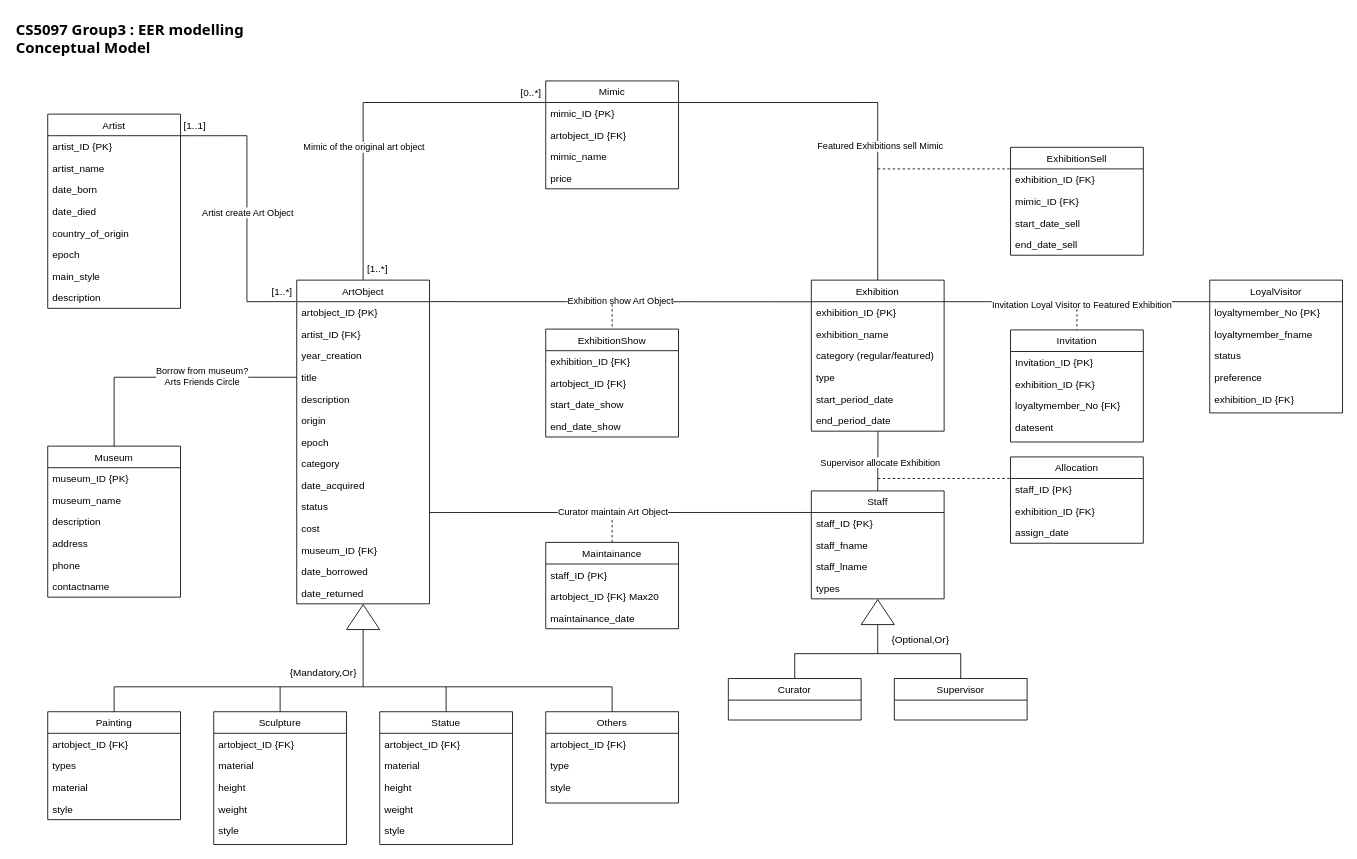
Above: Group3_EER_Conceptual-model.drawio in chanokchut/CS5097 (draw.io), before the change. Source tidied: cells renumbered, new cells numbered last; positions are measured from the earlier drawing's top-left corner, leaving out a move shared by most shapes. Both pictures are drawn from the tidied source at 83%, with x=0, y=0 at pixel (14, 14).
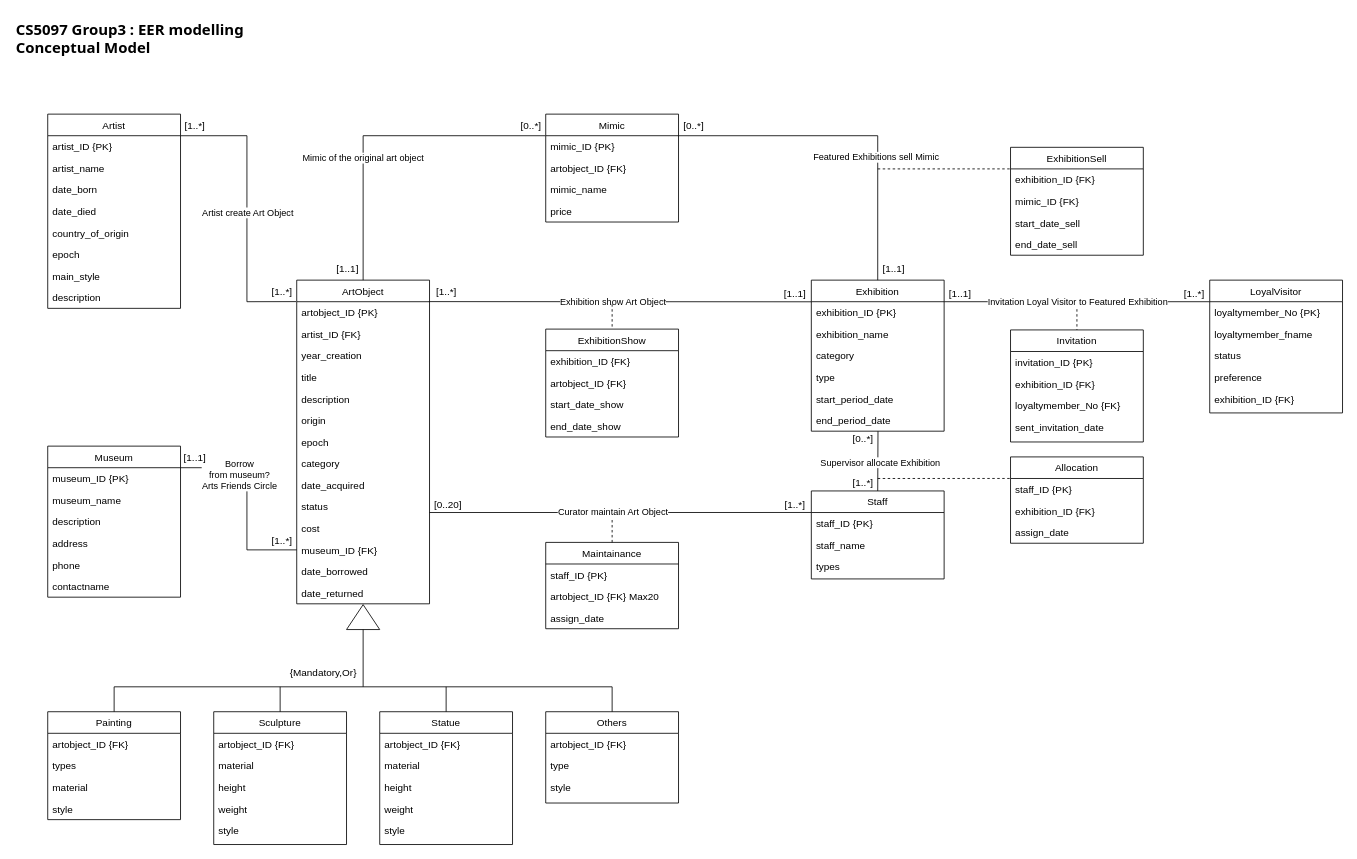
The same page after the edit.

The change refers to these unchanged cells:
```xml
<mxCell id="2" value="Museum" style="swimlane;fontStyle=0;align=center;verticalAlign=top;horizontal=1;startSize=26;rounded=0;shadow=0;strokeWidth=1;" parent="1" vertex="1">
  <mxGeometry x="40" y="520" width="160" height="182" as="geometry" />
</mxCell>
<mxCell id="3" value="museum_ID {PK}" style="text;align=left;verticalAlign=top;spacingLeft=4;spacingRight=4;overflow=hidden;points=[[0,0.5],[1,0.5]];portConstraint=eastwest;" parent="2" vertex="1">
  <mxGeometry y="26" width="160" height="26" as="geometry" />
</mxCell>
<mxCell id="9" value="ArtObject" style="swimlane;fontStyle=0;align=center;verticalAlign=top;horizontal=1;startSize=26;rounded=0;shadow=0;strokeWidth=1;" parent="1" vertex="1">
  <mxGeometry x="340" y="320" width="160" height="390" as="geometry" />
</mxCell>
<mxCell id="13" value="title" style="text;align=left;verticalAlign=top;spacingLeft=4;spacingRight=4;overflow=hidden;points=[[0,0.5],[1,0.5]];portConstraint=eastwest;" parent="9" vertex="1">
  <mxGeometry y="104" width="160" height="26" as="geometry" />
</mxCell>
<mxCell id="21" value="museum_ID {FK}" style="text;align=left;verticalAlign=top;spacingLeft=4;spacingRight=4;overflow=hidden;points=[[0,0.5],[1,0.5]];portConstraint=eastwest;" parent="9" vertex="1">
  <mxGeometry y="312" width="160" height="26" as="geometry" />
</mxCell>
<mxCell id="54" value="Exhibition" style="swimlane;fontStyle=0;align=center;verticalAlign=top;horizontal=1;startSize=26;rounded=0;shadow=0;strokeWidth=1;" parent="1" vertex="1">
  <mxGeometry x="960" y="320" width="160" height="182" as="geometry" />
</mxCell>
<mxCell id="62" value="mimic_ID {PK}" style="text;align=left;verticalAlign=top;spacingLeft=4;spacingRight=4;overflow=hidden;points=[[0,0.5],[1,0.5]];portConstraint=eastwest;" parent="61" vertex="1">
  <mxGeometry y="26" width="160" height="26" as="geometry" />
</mxCell>
<mxCell id="77" value="Maintainance" style="swimlane;fontStyle=0;align=center;verticalAlign=top;horizontal=1;startSize=26;rounded=0;shadow=0;strokeWidth=1;" parent="1" vertex="1">
  <mxGeometry x="640" y="636" width="160" height="104" as="geometry" />
</mxCell>
<mxCell id="96" value="Invitation" style="swimlane;fontStyle=0;align=center;verticalAlign=top;horizontal=1;startSize=26;rounded=0;shadow=0;strokeWidth=1;" parent="1" vertex="1">
  <mxGeometry x="1200" y="380" width="160" height="135" as="geometry" />
</mxCell>
<mxCell id="115" style="endArrow=none;html=1;rounded=0;exitX=0.001;exitY=0.004;exitDx=0;exitDy=0;exitPerimeter=0;entryX=0.995;entryY=-0.004;entryDx=0;entryDy=0;entryPerimeter=0;" parent="1" edge="1" source="55" target="10">
  <mxGeometry relative="1" as="geometry" />
</mxCell>
<mxCell id="119" style="endArrow=none;html=1;rounded=0;exitX=0;exitY=0;exitDx=0;exitDy=0;exitPerimeter=0;entryX=1;entryY=0;entryDx=0;entryDy=0;entryPerimeter=0;" parent="1" edge="1" source="67" target="55">
  <mxGeometry relative="1" as="geometry" />
</mxCell>
```

Diff of the diagram source:
```diff
@@
-    <mxCell id="57" value="category (regular/featured)" style="text;align=left;verticalAlign=top;spacingLeft=4;spacingRight=4;overflow=hidden;" parent="54" vertex="1">
+    <mxCell id="57" value="category" style="text;align=left;verticalAlign=top;spacingLeft=4;spacingRight=4;overflow=hidden;" parent="54" vertex="1">
       <mxGeometry y="78" width="160" height="26" as="geometry" />
     </mxCell>
@@
     <mxCell id="61" value="Mimic" style="swimlane;fontStyle=0;align=center;verticalAlign=top;horizontal=1;startSize=26;rounded=0;shadow=0;strokeWidth=1;" parent="1" vertex="1">
-      <mxGeometry x="640" y="80" width="160" height="130" as="geometry" />
+      <mxGeometry x="640" y="120" width="160" height="130" as="geometry" />
     </mxCell>
@@
     <mxCell id="72" value="Staff" style="swimlane;fontStyle=0;align=center;verticalAlign=top;horizontal=1;startSize=26;rounded=0;shadow=0;strokeWidth=1;" parent="1" vertex="1">
-      <mxGeometry x="960" y="574" width="160" height="130" as="geometry" />
+      <mxGeometry x="960" y="574" width="160" height="106" as="geometry" />
     </mxCell>
@@
-    <mxCell id="74" value="staff_fname" style="text;align=left;verticalAlign=top;spacingLeft=4;spacingRight=4;overflow=hidden;" parent="72" vertex="1">
+    <mxCell id="74" value="staff_name" style="text;align=left;verticalAlign=top;spacingLeft=4;spacingRight=4;overflow=hidden;" parent="72" vertex="1">
       <mxGeometry y="52" width="160" height="26" as="geometry" />
     </mxCell>
-    <mxCell id="75" value="staff_lname" style="text;align=left;verticalAlign=top;spacingLeft=4;spacingRight=4;overflow=hidden;" parent="72" vertex="1">
-      <mxGeometry y="78" width="160" height="26" as="geometry" />
-    </mxCell>
     <mxCell id="76" value="types" style="text;align=left;verticalAlign=top;spacingLeft=4;spacingRight=4;overflow=hidden;" parent="72" vertex="1">
-      <mxGeometry y="104" width="160" height="26" as="geometry" />
+      <mxGeometry y="78" width="160" height="26" as="geometry" />
     </mxCell>
@@
-    <mxCell id="80" value="maintainance_date" style="text;align=left;verticalAlign=top;spacingLeft=4;spacingRight=4;overflow=hidden;" parent="77" vertex="1">
+    <mxCell id="80" value="assign_date" style="text;align=left;verticalAlign=top;spacingLeft=4;spacingRight=4;overflow=hidden;" parent="77" vertex="1">
       <mxGeometry y="78" width="160" height="26" as="geometry" />
     </mxCell>
@@
-    <mxCell id="97" value="Invitation_ID {PK}" style="text;align=left;verticalAlign=top;spacingLeft=4;spacingRight=4;overflow=hidden;" parent="96" vertex="1">
+    <mxCell id="97" value="invitation_ID {PK}" style="text;align=left;verticalAlign=top;spacingLeft=4;spacingRight=4;overflow=hidden;" parent="96" vertex="1">
       <mxGeometry y="26" width="160" height="26" as="geometry" />
     </mxCell>
@@
-    <mxCell id="100" value="datesent" style="text;align=left;verticalAlign=top;spacingLeft=4;spacingRight=4;overflow=hidden;" parent="96" vertex="1">
+    <mxCell id="100" value="sent_invitation_date" style="text;align=left;verticalAlign=top;spacingLeft=4;spacingRight=4;overflow=hidden;" parent="96" vertex="1">
       <mxGeometry y="104" width="160" height="26" as="geometry" />
     </mxCell>
@@
-    <mxCell id="108" style="endArrow=none;html=1;rounded=0;entryX=0.5;entryY=0;entryDx=0;entryDy=0;exitX=0;exitY=0.5;exitDx=0;exitDy=0;" parent="1" edge="1" source="13" target="2">
+    <mxCell id="108" style="endArrow=none;html=1;rounded=0;exitX=0;exitY=0.5;exitDx=0;exitDy=0;entryX=0.997;entryY=0;entryDx=0;entryDy=0;entryPerimeter=0;" parent="1" edge="1" source="21" target="3">
       <mxGeometry relative="1" as="geometry">
         <Array as="points">
-          <mxPoint x="120" y="437" />
+          <mxPoint x="280" y="645" />
+          <mxPoint x="280" y="546" />
         </Array>
       </mxGeometry>
     </mxCell>
-    <mxCell id="109" value="&lt;div&gt;Borrow from museum?&lt;/div&gt;&lt;div&gt;Arts Friends Circle&lt;/div&gt;" style="edgeLabel;html=1;align=center;verticalAlign=middle;" parent="108" vertex="1">
-      <mxGeometry x="-0.24" y="-2" relative="1" as="geometry" />
+    <mxCell id="109" value="&lt;div&gt;Borrow &lt;br&gt;from museum?&lt;/div&gt;&lt;div&gt;Arts Friends Circle&lt;/div&gt;" style="edgeLabel;html=1;align=center;verticalAlign=middle;" parent="108" vertex="1">
+      <mxGeometry x="-0.24" y="-2" relative="1" as="geometry">
+        <mxPoint x="-12" y="-60" as="offset" />
+      </mxGeometry>
     </mxCell>
@@
     <mxCell id="113" style="endArrow=none;html=1;rounded=0;entryX=0.5;entryY=0;entryDx=0;entryDy=0;exitX=-0.002;exitY=0.001;exitDx=0;exitDy=0;exitPerimeter=0;" parent="1" edge="1" source="62" target="9">
       <mxGeometry relative="1" as="geometry">
         <Array as="points">
-          <mxPoint x="420" y="106" />
+          <mxPoint x="420" y="146" />
         </Array>
       </mxGeometry>
     </mxCell>
     <mxCell id="114" value="Mimic of the original art object" style="edgeLabel;html=1;align=center;verticalAlign=middle;" parent="113" vertex="1">
       <mxGeometry x="0.1" y="2" relative="1" as="geometry">
-        <mxPoint x="-2" y="34" as="offset" />
+        <mxPoint x="-3" y="24" as="offset" />
       </mxGeometry>
     </mxCell>
@@
     <mxCell id="116" value="Exhibition show Art Object" style="edgeLabel;html=1;align=center;verticalAlign=middle;" parent="115" vertex="1">
       <mxGeometry x="0.01" y="1" relative="1" as="geometry">
-        <mxPoint x="2" y="-2" as="offset" />
+        <mxPoint x="-7" y="-1" as="offset" />
       </mxGeometry>
     </mxCell>
@@
     <mxCell id="120" value="Invitation Loyal Visitor to Featured Exhibition" style="edgeLabel;html=1;align=center;verticalAlign=middle;" parent="119" vertex="1">
-      <mxGeometry x="-0.03" y="3" relative="1" as="geometry" />
+      <mxGeometry x="-0.03" y="3" relative="1" as="geometry">
+        <mxPoint x="-5" y="-3" as="offset" />
+      </mxGeometry>
     </mxCell>
@@
-    <mxCell id="127" value="Curator" style="swimlane;fontStyle=0;align=center;verticalAlign=top;horizontal=1;startSize=26;rounded=0;shadow=0;strokeWidth=1;" parent="1" vertex="1">
-      <mxGeometry x="860" y="800" width="160" height="50" as="geometry" />
-    </mxCell>
-    <mxCell id="128" value="Supervisor" style="swimlane;fontStyle=0;align=center;verticalAlign=top;horizontal=1;startSize=26;rounded=0;shadow=0;strokeWidth=1;" parent="1" vertex="1">
-      <mxGeometry x="1060" y="800" width="160" height="50" as="geometry" />
-    </mxCell>
-    <mxCell id="129" style="triangle;whiteSpace=wrap;html=1;rotation=-90;" parent="1" vertex="1">
-      <mxGeometry x="1025" y="700" width="30" height="40" as="geometry" />
-    </mxCell>
-    <mxCell id="130" style="endArrow=none;html=1;rounded=0;exitX=0;exitY=0.5;exitDx=0;exitDy=0;" parent="1" edge="1" source="129">
-      <mxGeometry relative="1" as="geometry">
-        <mxPoint x="1040" y="770" as="targetPoint" />
-      </mxGeometry>
-    </mxCell>
-    <mxCell id="131" style="endArrow=none;html=1;rounded=0;" parent="1" edge="1">
-      <mxGeometry relative="1" as="geometry">
-        <mxPoint x="940" y="770" as="sourcePoint" />
-        <mxPoint x="1140" y="770" as="targetPoint" />
-      </mxGeometry>
-    </mxCell>
-    <mxCell id="132" style="endArrow=none;html=1;rounded=0;entryX=0.5;entryY=0;entryDx=0;entryDy=0;" parent="1" edge="1" target="127">
-      <mxGeometry relative="1" as="geometry">
-        <mxPoint x="940" y="770" as="sourcePoint" />
-      </mxGeometry>
-    </mxCell>
-    <mxCell id="133" style="endArrow=none;html=1;rounded=0;entryX=0.5;entryY=0;entryDx=0;entryDy=0;" parent="1" edge="1" target="128">
-      <mxGeometry relative="1" as="geometry">
-        <mxPoint x="1140" y="770" as="sourcePoint" />
-      </mxGeometry>
-    </mxCell>
-    <mxCell id="134" value="{Optional,Or}" style="text;whiteSpace=wrap;" parent="1" vertex="1">
-      <mxGeometry x="1055" y="740" width="85" height="40" as="geometry" />
-    </mxCell>
     <mxCell id="135" style="endArrow=none;html=1;rounded=0;entryX=0.5;entryY=0;entryDx=0;entryDy=0;exitX=0.996;exitY=0.001;exitDx=0;exitDy=0;exitPerimeter=0;" parent="1" edge="1" source="62" target="54">
       <mxGeometry relative="1" as="geometry">
         <Array as="points">
-          <mxPoint x="1040" y="106" />
+          <mxPoint x="1040" y="146" />
         </Array>
       </mxGeometry>
     </mxCell>
     <mxCell id="136" value="Featured Exhibitions sell Mimic" style="edgeLabel;html=1;align=center;verticalAlign=middle;" parent="135" vertex="1">
-      <mxGeometry x="0.29" y="2" relative="1" as="geometry" />
+      <mxGeometry x="0.29" y="2" relative="1" as="geometry">
+        <mxPoint x="-5" y="-1" as="offset" />
+      </mxGeometry>
     </mxCell>
@@
-    <mxCell id="139" value="[1..1]" style="text;html=1;align=center;verticalAlign=middle;whiteSpace=wrap;rounded=0;" parent="1" vertex="1">
+    <mxCell id="139" value="[1..*]" style="text;html=1;align=center;verticalAlign=middle;whiteSpace=wrap;rounded=0;" parent="1" vertex="1">
       <mxGeometry x="195" y="120" width="45" height="30" as="geometry" />
     </mxCell>
-    <mxCell id="140" value="[1..*]" style="text;html=1;align=center;verticalAlign=middle;whiteSpace=wrap;rounded=0;" parent="1" vertex="1">
-      <mxGeometry x="415" y="292" width="45" height="30" as="geometry" />
+    <mxCell id="140" value="[1..1]" style="text;html=1;align=center;verticalAlign=middle;whiteSpace=wrap;rounded=0;" parent="1" vertex="1">
+      <mxGeometry x="379" y="292" width="45" height="30" as="geometry" />
     </mxCell>
     <mxCell id="141" value="[0..*]" style="text;html=1;align=center;verticalAlign=middle;whiteSpace=wrap;rounded=0;" parent="1" vertex="1">
-      <mxGeometry x="600" y="80" width="45" height="30" as="geometry" />
+      <mxGeometry x="600" y="120" width="45" height="30" as="geometry" />
     </mxCell>
+    <mxCell id="142" value="[1..*]" style="text;html=1;align=center;verticalAlign=middle;whiteSpace=wrap;rounded=0;" parent="1" vertex="1">
+      <mxGeometry x="497.5" y="320" width="45" height="30" as="geometry" />
+    </mxCell>
+    <mxCell id="143" value="[0..*]" style="text;html=1;align=center;verticalAlign=middle;whiteSpace=wrap;rounded=0;" parent="1" vertex="1">
+      <mxGeometry x="796" y="120" width="45" height="30" as="geometry" />
+    </mxCell>
+    <mxCell id="144" value="[1..1]" style="text;html=1;align=center;verticalAlign=middle;whiteSpace=wrap;rounded=0;" parent="1" vertex="1">
+      <mxGeometry x="917.5" y="322" width="45" height="30" as="geometry" />
+    </mxCell>
+    <mxCell id="145" value="[1..1]" style="text;html=1;align=center;verticalAlign=middle;whiteSpace=wrap;rounded=0;" parent="1" vertex="1">
+      <mxGeometry x="1037" y="292" width="45" height="30" as="geometry" />
+    </mxCell>
+    <mxCell id="146" value="[1..*]" style="text;html=1;align=center;verticalAlign=middle;whiteSpace=wrap;rounded=0;" parent="1" vertex="1">
+      <mxGeometry x="917.5" y="576" width="45" height="30" as="geometry" />
+    </mxCell>
+    <mxCell id="147" value="[0..20]" style="text;html=1;align=center;verticalAlign=middle;whiteSpace=wrap;rounded=0;" parent="1" vertex="1">
+      <mxGeometry x="500" y="576" width="45" height="30" as="geometry" />
+    </mxCell>
+    <mxCell id="148" value="[1..1]" style="text;html=1;align=center;verticalAlign=middle;whiteSpace=wrap;rounded=0;" parent="1" vertex="1">
+      <mxGeometry x="1117" y="322" width="45" height="30" as="geometry" />
+    </mxCell>
+    <mxCell id="149" value="[1..*]" style="text;html=1;align=center;verticalAlign=middle;whiteSpace=wrap;rounded=0;" parent="1" vertex="1">
+      <mxGeometry x="1399" y="322" width="45" height="30" as="geometry" />
+    </mxCell>
+    <mxCell id="150" value="[1..*]" style="text;html=1;align=center;verticalAlign=middle;whiteSpace=wrap;rounded=0;" parent="1" vertex="1">
+      <mxGeometry x="1000" y="550" width="45" height="30" as="geometry" />
+    </mxCell>
+    <mxCell id="151" value="[0..*]" style="text;html=1;align=center;verticalAlign=middle;whiteSpace=wrap;rounded=0;" parent="1" vertex="1">
+      <mxGeometry x="1000" y="497" width="45" height="30" as="geometry" />
+    </mxCell>
+    <mxCell id="152" value="[1..*]" style="text;html=1;align=center;verticalAlign=middle;whiteSpace=wrap;rounded=0;" parent="1" vertex="1">
+      <mxGeometry x="300" y="620" width="45" height="30" as="geometry" />
+    </mxCell>
+    <mxCell id="153" value="[1..1]" style="text;html=1;align=center;verticalAlign=middle;whiteSpace=wrap;rounded=0;" parent="1" vertex="1">
+      <mxGeometry x="195" y="520" width="45" height="30" as="geometry" />
+    </mxCell>
```
